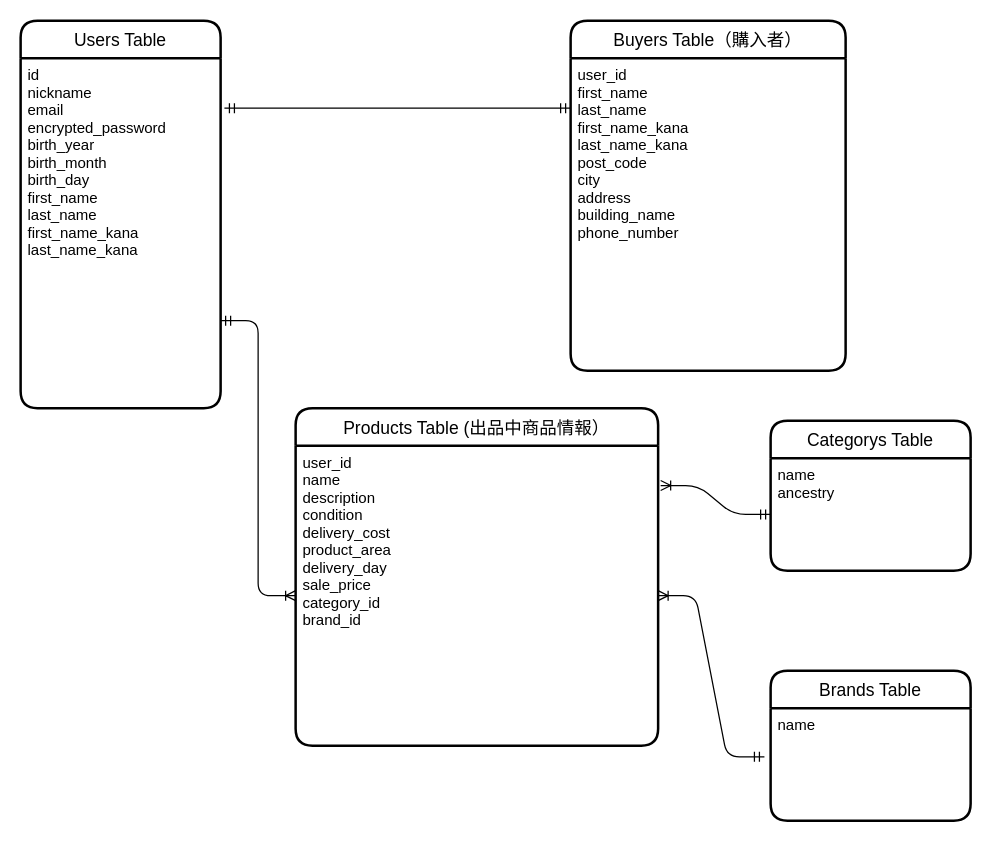
tokudayusuke/furima-34330 keeps this draw.io diagram as ER.dio. Above is the earlier version. Source tidied: cells renumbered, new cells numbered last; positions are measured from the earlier drawing's top-left corner, leaving out a move shared by most shapes. Both pictures are drawn from the tidied source at 125%, with x=0, y=0 at pixel (20, 20).
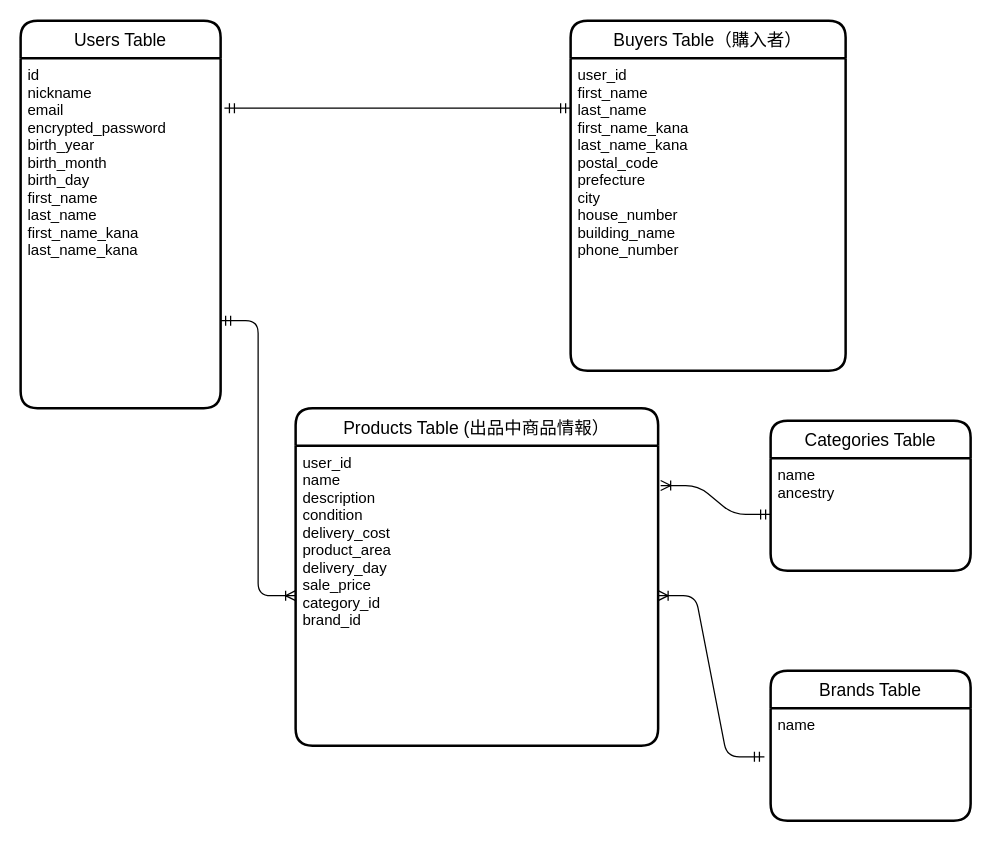
Above is the later version.

Commit message:
ER図,README記述

Change to the diagram source:
```diff
@@
 <mxGraphModel>
   <root>
     <mxCell id="0" />
     <mxCell id="1" parent="0" />
     <mxCell id="2" value="Users Table" style="swimlane;horizontal=1;startSize=30;rounded=1;fontSize=14;fontStyle=0;strokeWidth=2;shadow=0;dashed=0;align=center;" parent="1" vertex="1">
       <mxGeometry width="160" height="310" as="geometry" />
     </mxCell>
     <mxCell id="3" value="id&#10;nickname&#10;email&#10;encrypted_password&#10;birth_year&#10;birth_month&#10;birth_day&#10;first_name&#10;last_name&#10;first_name_kana&#10;last_name_kana" style="align=left;strokeColor=none;fillColor=none;spacingLeft=4;fontSize=12;verticalAlign=top;" parent="2" vertex="1">
       <mxGeometry y="30" width="160" height="280" as="geometry" />
     </mxCell>
     <mxCell id="4" value="Products Table (出品中商品情報）" style="swimlane;horizontal=1;startSize=30;rounded=1;fontSize=14;fontStyle=0;strokeWidth=2;shadow=0;dashed=0;align=center;" parent="1" vertex="1">
       <mxGeometry x="220" y="310" width="290" height="270" as="geometry" />
     </mxCell>
     <mxCell id="5" value="user_id&#10;name&#10;description&#10;condition&#10;delivery_cost&#10;product_area&#10;delivery_day&#10;sale_price&#10;category_id&#10;brand_id" style="align=left;strokeColor=none;fillColor=none;spacingLeft=4;fontSize=12;verticalAlign=top;" parent="4" vertex="1">
       <mxGeometry y="30" width="290" height="240" as="geometry" />
     </mxCell>
     <mxCell id="6" style="edgeStyle=entityRelationEdgeStyle;fontSize=12;html=1;endArrow=ERoneToMany;startArrow=ERmandOne;exitX=1;exitY=0.75;exitDx=0;exitDy=0;entryX=0;entryY=0.5;entryDx=0;entryDy=0;" parent="1" edge="1" source="3" target="5">
       <mxGeometry relative="1" as="geometry" />
     </mxCell>
     <mxCell id="7" value="Buyers Table（購入者）" style="swimlane;horizontal=1;startSize=30;rounded=1;fontSize=14;fontStyle=0;strokeWidth=2;shadow=0;dashed=0;align=center;" parent="1" vertex="1">
       <mxGeometry x="440" width="220" height="280" as="geometry" />
     </mxCell>
-    <mxCell id="8" value="user_id&#10;first_name&#10;last_name&#10;first_name_kana&#10;last_name_kana&#10;post_code&#10;city&#10;address&#10;building_name&#10;phone_number" style="align=left;strokeColor=none;fillColor=none;spacingLeft=4;fontSize=12;verticalAlign=top;" parent="7" vertex="1">
+    <mxCell id="8" value="user_id&#10;first_name&#10;last_name&#10;first_name_kana&#10;last_name_kana&#10;postal_code&#10;prefecture&#10;city&#10;house_number&#10;building_name&#10;phone_number" style="align=left;strokeColor=none;fillColor=none;spacingLeft=4;fontSize=12;verticalAlign=top;" parent="7" vertex="1">
       <mxGeometry y="30" width="220" height="250" as="geometry" />
     </mxCell>
-    <mxCell id="9" value="Categorys Table" style="swimlane;horizontal=1;startSize=30;rounded=1;fontSize=14;fontStyle=0;strokeWidth=2;shadow=0;dashed=0;align=center;" parent="1" vertex="1">
+    <mxCell id="9" value="Categories Table" style="swimlane;horizontal=1;startSize=30;rounded=1;fontSize=14;fontStyle=0;strokeWidth=2;shadow=0;dashed=0;align=center;" parent="1" vertex="1">
       <mxGeometry x="600" y="320" width="160" height="120" as="geometry" />
     </mxCell>
     <mxCell id="10" value="name&#10;ancestry" style="align=left;strokeColor=none;fillColor=none;spacingLeft=4;fontSize=12;verticalAlign=top;" parent="9" vertex="1">
       <mxGeometry y="30" width="160" height="90" as="geometry" />
     </mxCell>
     <mxCell id="11" value="Brands Table" style="swimlane;horizontal=1;startSize=30;rounded=1;fontSize=14;fontStyle=0;strokeWidth=2;shadow=0;dashed=0;align=center;" parent="1" vertex="1">
       <mxGeometry x="600" y="520" width="160" height="120" as="geometry" />
     </mxCell>
     <mxCell id="12" value="name" style="align=left;strokeColor=none;fillColor=none;spacingLeft=4;fontSize=12;verticalAlign=top;" parent="11" vertex="1">
       <mxGeometry y="30" width="160" height="90" as="geometry" />
     </mxCell>
     <mxCell id="13" style="edgeStyle=entityRelationEdgeStyle;fontSize=12;html=1;endArrow=ERoneToMany;startArrow=ERmandOne;exitX=-0.031;exitY=0.433;exitDx=0;exitDy=0;exitPerimeter=0;" parent="1" edge="1" source="12" target="5">
       <mxGeometry relative="1" as="geometry" />
     </mxCell>
     <mxCell id="14" style="edgeStyle=entityRelationEdgeStyle;fontSize=12;html=1;endArrow=ERoneToMany;startArrow=ERmandOne;entryX=1.007;entryY=0.133;entryDx=0;entryDy=0;entryPerimeter=0;" parent="1" edge="1" source="10" target="5">
       <mxGeometry relative="1" as="geometry" />
     </mxCell>
     <mxCell id="15" style="edgeStyle=entityRelationEdgeStyle;fontSize=12;html=1;endArrow=ERmandOne;startArrow=ERmandOne;exitX=1.019;exitY=0.143;exitDx=0;exitDy=0;exitPerimeter=0;entryX=0;entryY=0.25;entryDx=0;entryDy=0;" parent="1" edge="1" source="3" target="7">
       <mxGeometry relative="1" as="geometry" />
     </mxCell>
   </root>
 </mxGraphModel>
```
